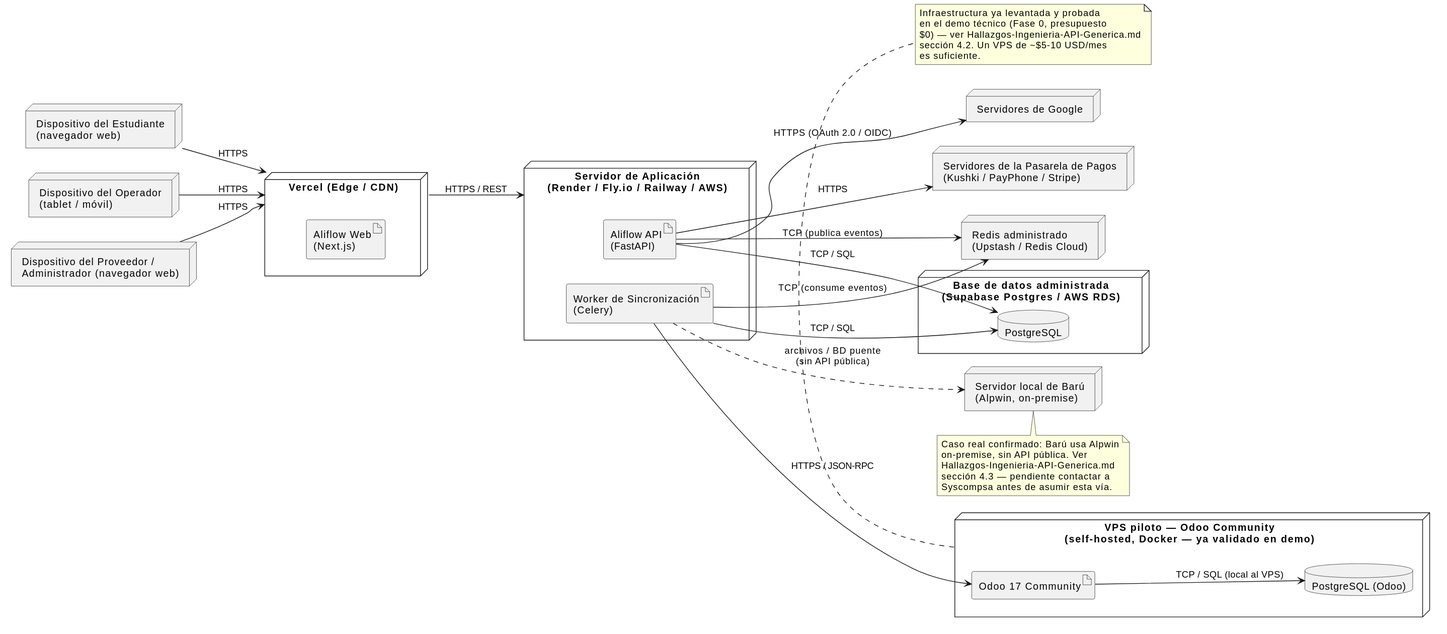
Earlier version of the PlantUML export uml/diagrama-despliegue.svg (Jesus-JB/aliflow).
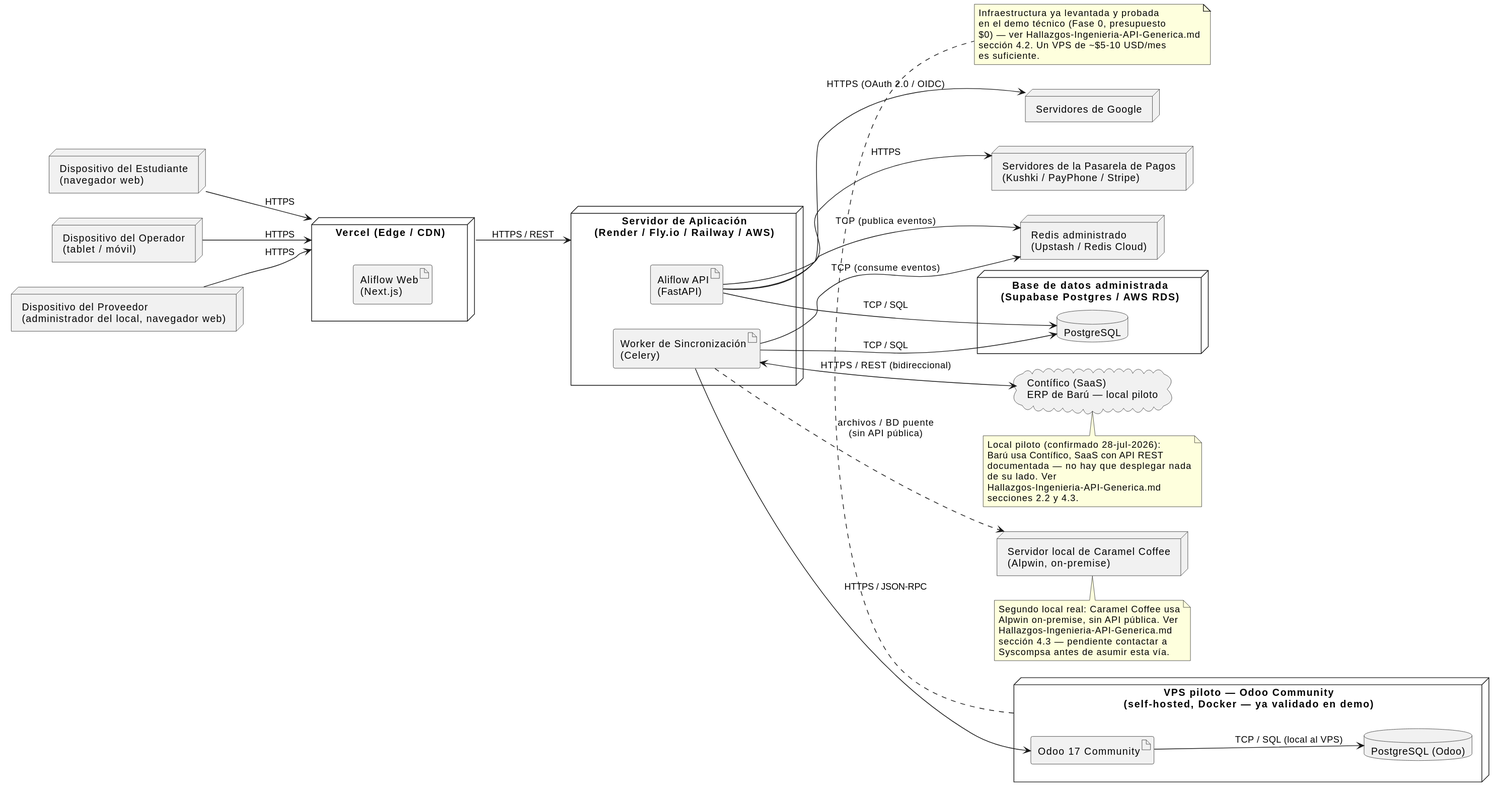
After the commit.

The edit, as a diff of the source:
```diff
@@ -4,7 +4,7 @@
 
 node "Dispositivo del Estudiante\n(navegador web)" as DEV_EST
 node "Dispositivo del Operador\n(tablet / móvil)" as DEV_OP
-node "Dispositivo del Proveedor /\nAdministrador (navegador web)" as DEV_PROV
+node "Dispositivo del Proveedor\n(administrador del local, navegador web)" as DEV_PROV
 
 node "Vercel (Edge / CDN)" as VERCEL {
   artifact "Aliflow Web\n(Next.js)" as WEB_ART
@@ -26,7 +26,9 @@
   database "PostgreSQL (Odoo)" as ODOO_DB
 }
 
-node "Servidor local de Barú\n(Alpwin, on-premise)" as ALPWIN_NODE
+cloud "Contífico (SaaS)\nERP de Barú — local piloto" as CONTIFICO_NODE
+
+node "Servidor local de Caramel Coffee\n(Alpwin, on-premise)" as ALPWIN_NODE
 
 node "Servidores de Google" as GOOGLE_NODE
 node "Servidores de la Pasarela de Pagos\n(Kushki / PayPhone / Stripe)" as PAY_NODE
@@ -49,6 +51,7 @@
 WORKER_ART --> ODOO_ART : HTTPS / JSON-RPC
 ODOO_ART --> ODOO_DB : TCP / SQL (local al VPS)
 
+WORKER_ART <--> CONTIFICO_NODE : HTTPS / REST (bidireccional)
 WORKER_ART ..> ALPWIN_NODE : archivos / BD puente\n(sin API pública)
 
 note bottom of ODOO_VPS
@@ -59,9 +62,18 @@
   es suficiente.
 end note
 
+note bottom of CONTIFICO_NODE
+  Local piloto (confirmado 28-jul-2026):
+  Barú usa Contífico, SaaS con API REST
+  documentada — no hay que desplegar nada
+  de su lado. Ver
+  Hallazgos-Ingenieria-API-Generica.md
+  secciones 2.2 y 4.3.
+end note
+
 note bottom of ALPWIN_NODE
-  Caso real confirmado: Barú usa Alpwin
-  on-premise, sin API pública. Ver
+  Segundo local real: Caramel Coffee usa
+  Alpwin on-premise, sin API pública. Ver
   Hallazgos-Ingenieria-API-Generica.md
   sección 4.3 — pendiente contactar a
   Syscompsa antes de asumir esta vía.
```
